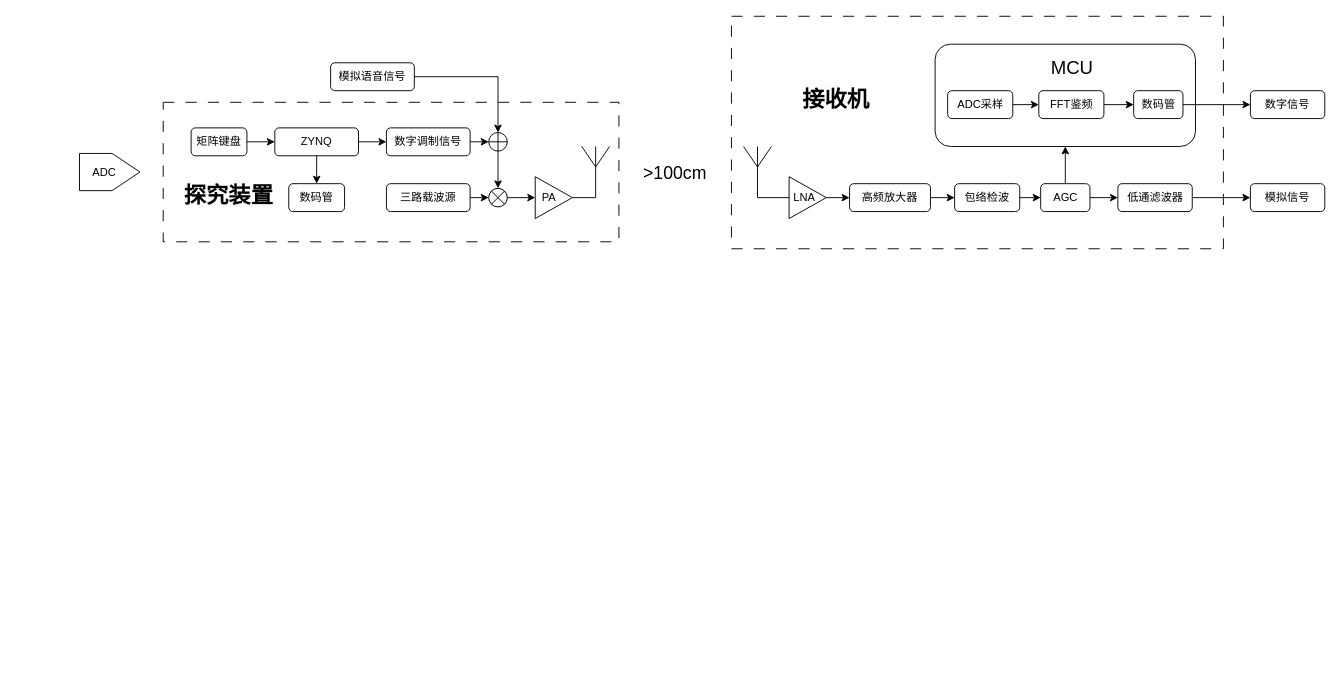
The draw.io diagram 25G系统框图.drawio in zeandon/draw.io, before the edit. Source tidied: cells renumbered, new cells numbered last; positions are measured from the earlier drawing's top-left corner, leaving out a move shared by most shapes. Both pictures are drawn from the tidied source at 93%, with x=0, y=0 at pixel (79, 16).
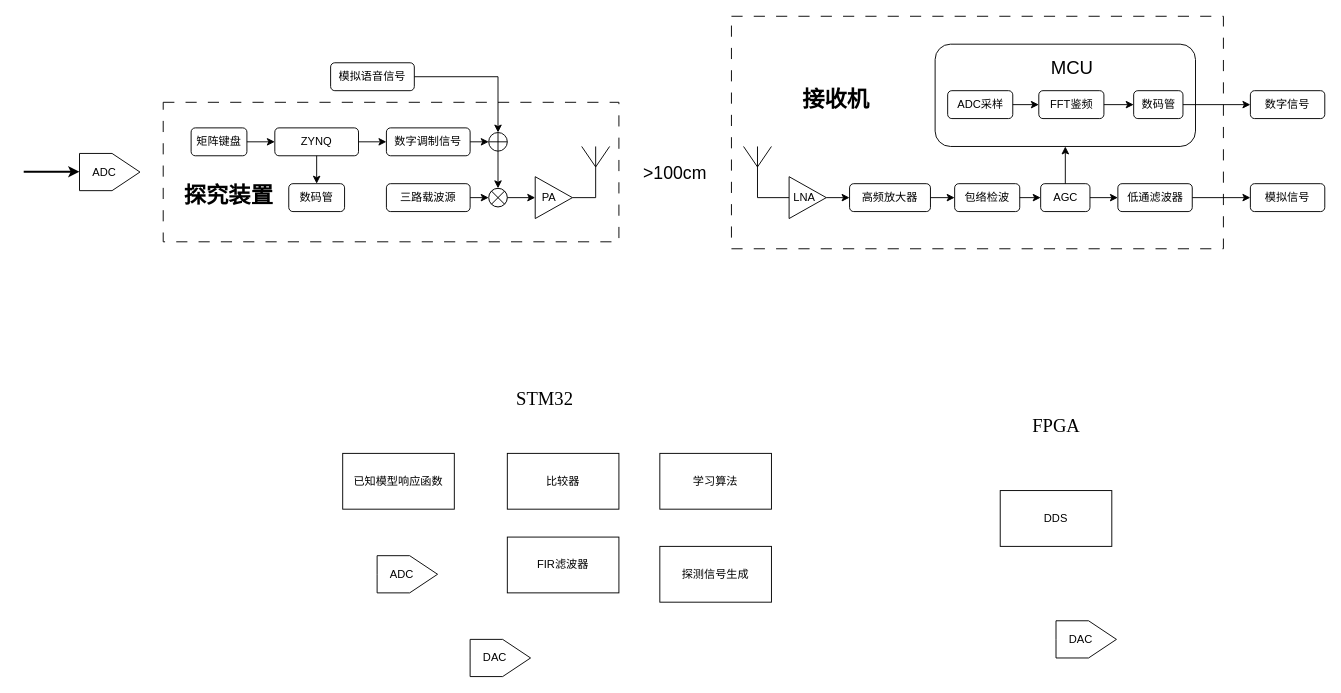
The same diagram, later.

Commit message (it also covers changes not shown here):
更新25G系统框图.drawio

Change to the diagram source:
```diff
@@
+    <mxCell id="50" style="endArrow=classic;html=1;rounded=0;strokeWidth=2;" parent="1" edge="1">
+      <mxGeometry relative="1" as="geometry">
+        <mxPoint x="-60" y="167.2" as="sourcePoint" />
+        <mxPoint y="167.2" as="targetPoint" />
+      </mxGeometry>
+    </mxCell>
+    <mxCell id="51" value="STM32" style="text;strokeColor=none;fillColor=none;html=1;fontSize=20;fontStyle=0;verticalAlign=middle;align=center;fontFamily=Times New Roman;" parent="1" vertex="1">
+      <mxGeometry x="450" y="390" width="100" height="40" as="geometry" />
+    </mxCell>
+    <mxCell id="52" value="已知模型&lt;span style=&quot;background-color: transparent; color: light-dark(rgb(0, 0, 0), rgb(255, 255, 255));&quot;&gt;响应函数&lt;/span&gt;" style="rounded=0;whiteSpace=wrap;html=1;" parent="1" vertex="1">
+      <mxGeometry x="283" y="470" width="120" height="60" as="geometry" />
+    </mxCell>
+    <mxCell id="53" value="比较器" style="rounded=0;whiteSpace=wrap;html=1;" parent="1" vertex="1">
+      <mxGeometry x="460" y="470" width="120" height="60" as="geometry" />
+    </mxCell>
+    <mxCell id="54" value="学习算法" style="rounded=0;whiteSpace=wrap;html=1;" parent="1" vertex="1">
+      <mxGeometry x="624" y="470" width="120" height="60" as="geometry" />
+    </mxCell>
+    <mxCell id="55" value="探测信号生成" style="rounded=0;whiteSpace=wrap;html=1;" parent="1" vertex="1">
+      <mxGeometry x="624" y="570" width="120" height="60" as="geometry" />
+    </mxCell>
+    <mxCell id="56" value="FIR滤波器" style="rounded=0;whiteSpace=wrap;html=1;" parent="1" vertex="1">
+      <mxGeometry x="460" y="560" width="120" height="60" as="geometry" />
+    </mxCell>
+    <mxCell id="57" value="ADC&amp;nbsp; &amp;nbsp;&amp;nbsp;" style="html=1;shadow=0;dashed=0;align=center;verticalAlign=middle;shape=mxgraph.arrows2.arrow;dy=0;dx=30;notch=0;" parent="1" vertex="1">
+      <mxGeometry x="320" y="580" width="65" height="40" as="geometry" />
+    </mxCell>
+    <mxCell id="58" value="FPGA" style="text;strokeColor=none;fillColor=none;html=1;fontSize=20;fontStyle=0;verticalAlign=middle;align=center;fontFamily=Times New Roman;" parent="1" vertex="1">
+      <mxGeometry x="1000" y="420" width="100" height="40" as="geometry" />
+    </mxCell>
+    <mxCell id="59" value="DDS" style="rounded=0;whiteSpace=wrap;html=1;" parent="1" vertex="1">
+      <mxGeometry x="990" y="510" width="120" height="60" as="geometry" />
+    </mxCell>
+    <mxCell id="60" value="DAC&amp;nbsp; &amp;nbsp;&amp;nbsp;" style="html=1;shadow=0;dashed=0;align=center;verticalAlign=middle;shape=mxgraph.arrows2.arrow;dy=0;dx=30;notch=0;" parent="1" vertex="1">
+      <mxGeometry x="420" y="670" width="65" height="40" as="geometry" />
+    </mxCell>
+    <mxCell id="61" value="DAC&amp;nbsp; &amp;nbsp;&amp;nbsp;" style="html=1;shadow=0;dashed=0;align=center;verticalAlign=middle;shape=mxgraph.arrows2.arrow;dy=0;dx=30;notch=0;" parent="1" vertex="1">
+      <mxGeometry x="1050" y="650" width="65" height="40" as="geometry" />
+    </mxCell>
```
